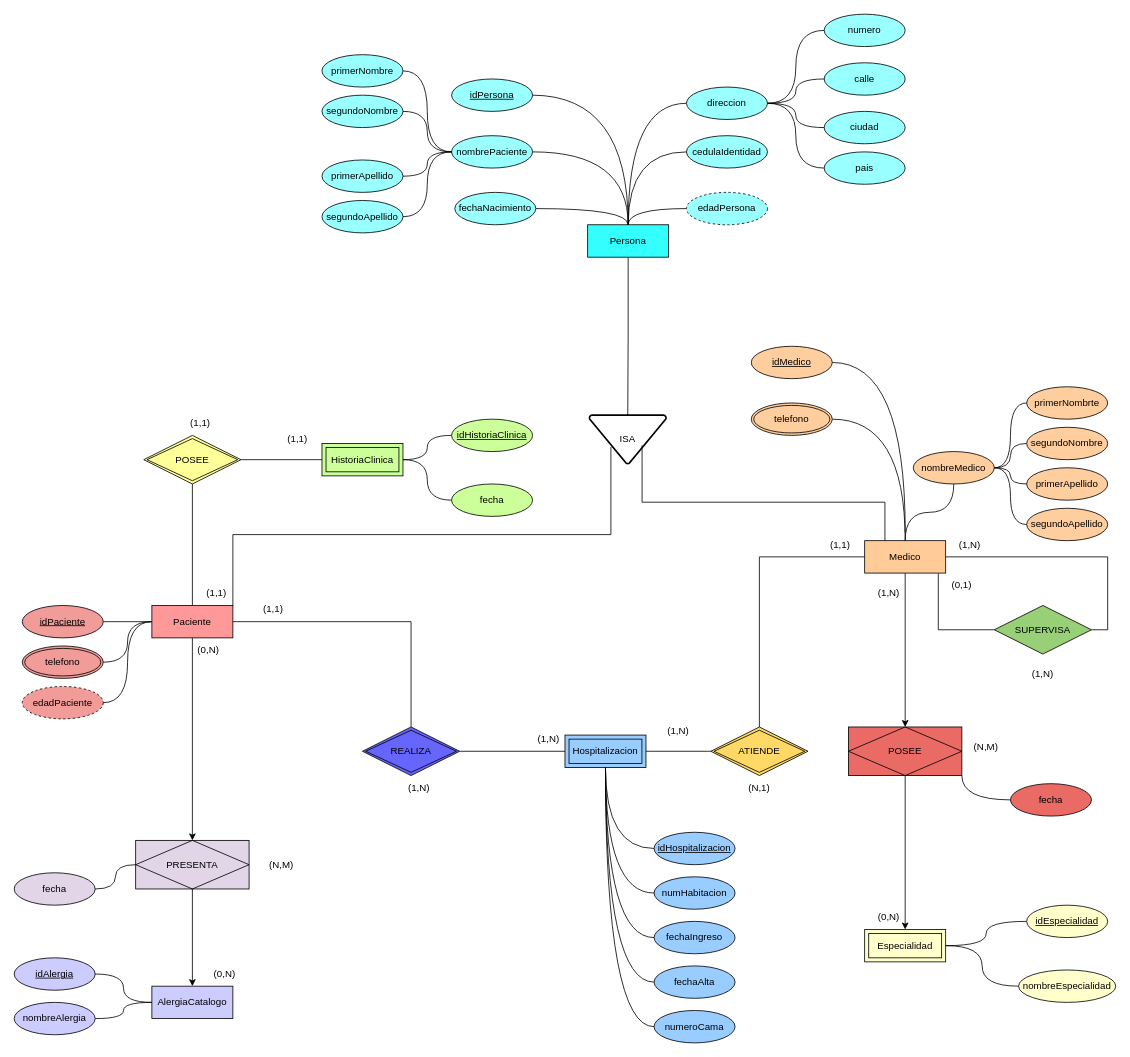
Above: diagramahospitaldeber.drawio in Isa4cc/BASE-DE-DATOS-I-DIAGRAMAS (draw.io), before the change. Source tidied: cells renumbered, new cells numbered last; positions are measured from the earlier drawing's top-left corner, leaving out a move shared by most shapes. Both pictures are drawn from the tidied source at 81%, with x=0, y=0 at pixel (14, 14).
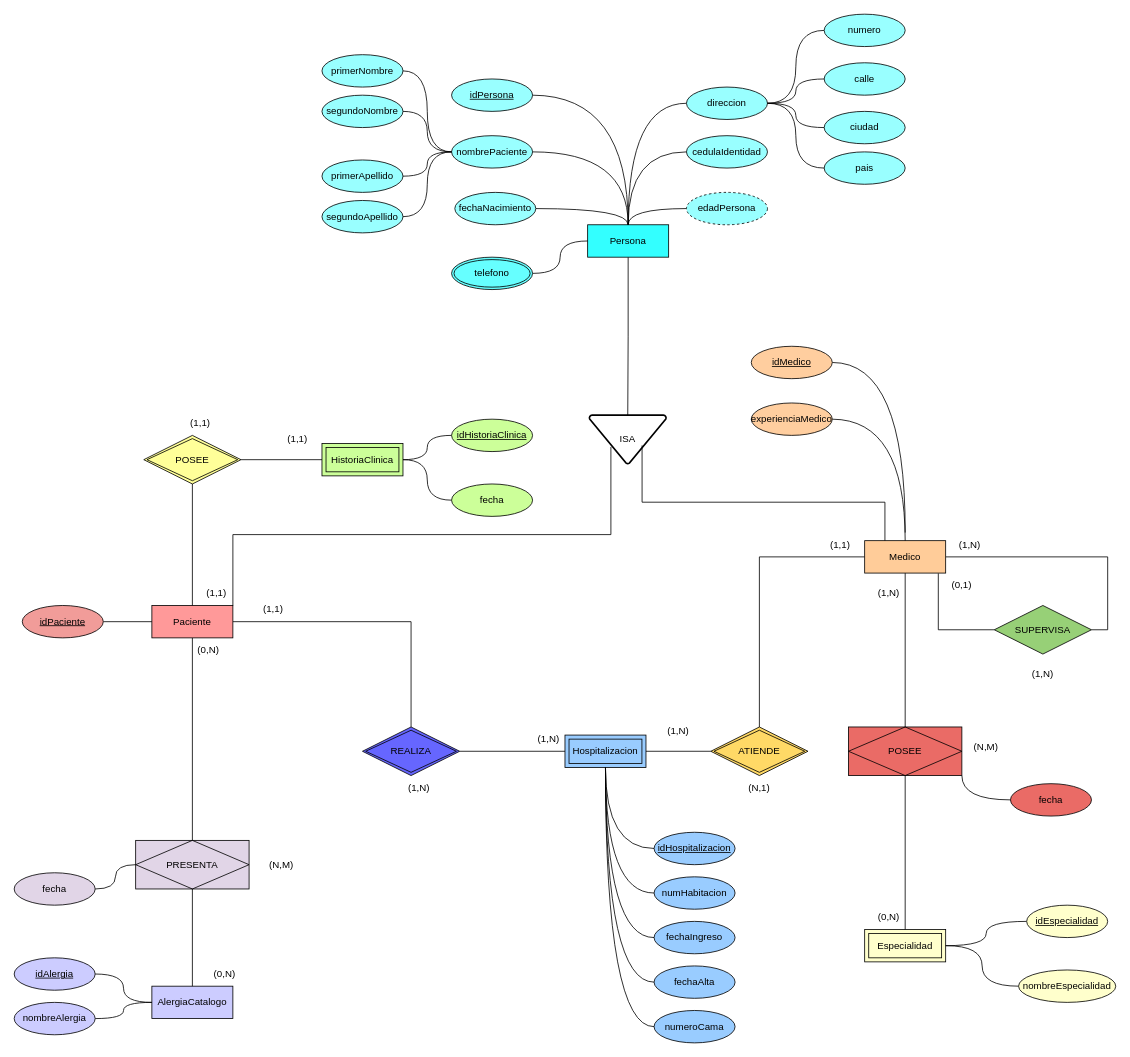
The same page after the edit.

Unchanged cells that the change refers to:
```xml
<mxCell id="4" value="Paciente" style="whiteSpace=wrap;html=1;align=center;fillColor=#FF9999;" parent="1" vertex="1">
  <mxGeometry x="170" y="730" width="100" height="40" as="geometry" />
</mxCell>
<mxCell id="8" value="Medico" style="whiteSpace=wrap;html=1;align=center;fillColor=#FFCC99;" parent="1" vertex="1">
  <mxGeometry x="1050" y="650" width="100" height="40" as="geometry" />
</mxCell>
<mxCell id="9" value="AlergiaCatalogo" style="whiteSpace=wrap;html=1;align=center;fillColor=#CCCCFF;" parent="1" vertex="1">
  <mxGeometry x="170" y="1200" width="100" height="40" as="geometry" />
</mxCell>
<mxCell id="10" value="Especialidad" style="shape=ext;margin=3;double=1;whiteSpace=wrap;html=1;align=center;fillColor=#FFFFCC;" parent="1" vertex="1">
  <mxGeometry x="1050" y="1130" width="100" height="40" as="geometry" />
</mxCell>
<mxCell id="20" value="PRESENTA" style="shape=associativeEntity;whiteSpace=wrap;html=1;align=center;fillColor=#E1D5E7;" parent="1" vertex="1">
  <mxGeometry x="150" y="1020" width="140" height="60" as="geometry" />
</mxCell>
<mxCell id="25" value="POSEE" style="shape=associativeEntity;whiteSpace=wrap;html=1;align=center;fillColor=#EA6B66;" parent="1" vertex="1">
  <mxGeometry x="1030" y="880" width="140" height="60" as="geometry" />
</mxCell>
<mxCell id="93" value="Persona" style="whiteSpace=wrap;html=1;align=center;fillColor=#33FFFF;" parent="1" vertex="1">
  <mxGeometry x="708" y="260" width="100" height="40" as="geometry" />
</mxCell>
```

What changed in the source:
```diff
@@
-    <mxCell id="3" style="edgeStyle=orthogonalEdgeStyle;rounded=0;jettySize=auto;html=1;entryX=0.5;entryY=0;entryDx=0;entryDy=0;" parent="1" edge="1" source="4" target="20">
+    <mxCell id="3" style="edgeStyle=orthogonalEdgeStyle;rounded=0;jettySize=auto;html=1;entryX=0.5;entryY=0;entryDx=0;entryDy=0;endArrow=none;endFill=0;" parent="1" edge="1" source="4" target="20">
       <mxGeometry relative="1" as="geometry" />
     </mxCell>
@@
-    <mxCell id="6" style="edgeStyle=orthogonalEdgeStyle;rounded=0;jettySize=auto;html=1;entryX=0.5;entryY=0;entryDx=0;entryDy=0;" parent="1" edge="1" source="8" target="25">
+    <mxCell id="6" style="edgeStyle=orthogonalEdgeStyle;rounded=0;jettySize=auto;html=1;entryX=0.5;entryY=0;entryDx=0;entryDy=0;endArrow=none;endFill=0;" parent="1" edge="1" source="8" target="25">
       <mxGeometry relative="1" as="geometry" />
     </mxCell>
@@
-    <mxCell id="19" style="edgeStyle=orthogonalEdgeStyle;rounded=0;jettySize=auto;html=1;entryX=0.5;entryY=0;entryDx=0;entryDy=0;" parent="1" edge="1" source="20" target="9">
+    <mxCell id="19" style="edgeStyle=orthogonalEdgeStyle;rounded=0;jettySize=auto;html=1;entryX=0.5;entryY=0;entryDx=0;entryDy=0;endArrow=none;endFill=0;" parent="1" edge="1" source="20" target="9">
       <mxGeometry relative="1" as="geometry" />
     </mxCell>
@@
-    <mxCell id="24" style="edgeStyle=orthogonalEdgeStyle;rounded=0;jettySize=auto;html=1;entryX=0.5;entryY=0;entryDx=0;entryDy=0;" parent="1" edge="1" source="25" target="10">
+    <mxCell id="24" style="edgeStyle=orthogonalEdgeStyle;rounded=0;jettySize=auto;html=1;entryX=0.5;entryY=0;entryDx=0;entryDy=0;endArrow=none;endFill=0;" parent="1" edge="1" source="25" target="10">
       <mxGeometry relative="1" as="geometry" />
     </mxCell>
@@
-    <mxCell id="50" style="edgeStyle=orthogonalEdgeStyle;rounded=0;jettySize=auto;html=1;entryX=0;entryY=0.5;entryDx=0;entryDy=0;endArrow=none;endFill=0;curved=1;curveGeometry=1;" parent="1" edge="1" source="51" target="4">
-      <mxGeometry relative="1" as="geometry" />
-    </mxCell>
-    <mxCell id="51" value="telefono" style="ellipse;shape=doubleEllipse;margin=3;whiteSpace=wrap;html=1;align=center;fillColor=#F19C99;" parent="1" vertex="1">
-      <mxGeometry x="10" y="780" width="100" height="40" as="geometry" />
-    </mxCell>
-    <mxCell id="52" style="edgeStyle=orthogonalEdgeStyle;rounded=0;jettySize=auto;html=1;entryX=0;entryY=0.5;entryDx=0;entryDy=0;curved=1;curveGeometry=1;endArrow=none;endFill=0;" parent="1" edge="1" source="53" target="4">
-      <mxGeometry relative="1" as="geometry" />
-    </mxCell>
-    <mxCell id="53" value="edadPaciente" style="ellipse;whiteSpace=wrap;html=1;align=center;dashed=1;fillColor=#F19C99;" parent="1" vertex="1">
-      <mxGeometry x="10" y="830" width="100" height="40" as="geometry" />
-    </mxCell>
@@
-    <mxCell id="68" style="edgeStyle=orthogonalEdgeStyle;rounded=0;jettySize=auto;html=1;entryX=0.5;entryY=0;entryDx=0;entryDy=0;endArrow=none;endFill=0;curved=1;curveGeometry=1;" parent="1" edge="1" source="69" target="8">
-      <mxGeometry relative="1" as="geometry" />
+    <mxCell id="68" style="edgeStyle=orthogonalEdgeStyle;rounded=0;jettySize=auto;html=1;entryX=0.5;entryY=0;entryDx=0;entryDy=0;endArrow=none;endFill=0;curved=1;curveGeometry=1;" parent="1" edge="1" target="8">
+      <mxGeometry relative="1" as="geometry">
+        <mxPoint x="1010" y="500" as="sourcePoint" />
+      </mxGeometry>
     </mxCell>
-    <mxCell id="69" value="telefono" style="ellipse;shape=doubleEllipse;margin=3;whiteSpace=wrap;html=1;align=center;fillColor=#FFCE9F;" parent="1" vertex="1">
-      <mxGeometry x="910" y="480" width="100" height="40" as="geometry" />
-    </mxCell>
-    <mxCell id="70" style="edgeStyle=orthogonalEdgeStyle;rounded=0;jettySize=auto;html=1;entryX=0;entryY=0.5;entryDx=0;entryDy=0;curved=1;curveGeometry=1;endArrow=none;endFill=0;" parent="1" edge="1" source="75" target="76">
-      <mxGeometry relative="1" as="geometry" />
-    </mxCell>
-    <mxCell id="71" style="edgeStyle=orthogonalEdgeStyle;rounded=0;jettySize=auto;html=1;entryX=0;entryY=0.5;entryDx=0;entryDy=0;curved=1;curveGeometry=1;endArrow=none;endFill=0;" parent="1" edge="1" source="75" target="77">
-      <mxGeometry relative="1" as="geometry" />
-    </mxCell>
-    <mxCell id="72" style="edgeStyle=orthogonalEdgeStyle;rounded=0;jettySize=auto;html=1;entryX=0;entryY=0.5;entryDx=0;entryDy=0;endArrow=none;endFill=0;curved=1;curveGeometry=1;" parent="1" edge="1" source="75" target="78">
-      <mxGeometry relative="1" as="geometry" />
-    </mxCell>
-    <mxCell id="73" style="edgeStyle=orthogonalEdgeStyle;rounded=0;jettySize=auto;html=1;entryX=0;entryY=0.5;entryDx=0;entryDy=0;curved=1;curveGeometry=1;endArrow=none;endFill=0;" parent="1" edge="1" source="75" target="79">
-      <mxGeometry relative="1" as="geometry" />
-    </mxCell>
-    <mxCell id="74" style="edgeStyle=orthogonalEdgeStyle;rounded=0;jettySize=auto;html=1;entryX=0.5;entryY=0;entryDx=0;entryDy=0;endArrow=none;endFill=0;curved=1;curveGeometry=1;" parent="1" edge="1" source="75" target="8">
-      <mxGeometry relative="1" as="geometry" />
-    </mxCell>
-    <mxCell id="75" value="nombreMedico" style="ellipse;whiteSpace=wrap;html=1;align=center;fillColor=#FFCE9F;" parent="1" vertex="1">
-      <mxGeometry x="1110" y="540" width="100" height="40" as="geometry" />
-    </mxCell>
-    <mxCell id="76" value="primerNombrte" style="ellipse;whiteSpace=wrap;html=1;align=center;fillColor=#FFCE9F;" parent="1" vertex="1">
-      <mxGeometry x="1250" y="460" width="100" height="40" as="geometry" />
-    </mxCell>
-    <mxCell id="77" value="segundoNombre" style="ellipse;whiteSpace=wrap;html=1;align=center;fillColor=#FFCE9F;" parent="1" vertex="1">
-      <mxGeometry x="1250" y="510" width="100" height="40" as="geometry" />
-    </mxCell>
-    <mxCell id="78" value="primerApellido" style="ellipse;whiteSpace=wrap;html=1;align=center;fillColor=#FFCE9F;" parent="1" vertex="1">
-      <mxGeometry x="1250" y="560" width="100" height="40" as="geometry" />
-    </mxCell>
-    <mxCell id="79" value="segundoApellido" style="ellipse;whiteSpace=wrap;html=1;align=center;fillColor=#FFCE9F;" parent="1" vertex="1">
-      <mxGeometry x="1250" y="610" width="100" height="40" as="geometry" />
-    </mxCell>
@@
+    <mxCell id="123" style="edgeStyle=orthogonalEdgeStyle;rounded=0;jettySize=auto;html=1;entryX=0;entryY=0.5;entryDx=0;entryDy=0;curved=1;curveGeometry=1;endArrow=none;endFill=0;" parent="1" edge="1" source="124" target="93">
+      <mxGeometry relative="1" as="geometry" />
+    </mxCell>
+    <mxCell id="124" value="telefono" style="ellipse;shape=doubleEllipse;margin=3;whiteSpace=wrap;html=1;align=center;fillColor=#66FFFF;" parent="1" vertex="1">
+      <mxGeometry x="540" y="300" width="100" height="40" as="geometry" />
+    </mxCell>
+    <mxCell id="125" value="experienciaMedico" style="ellipse;whiteSpace=wrap;html=1;align=center;fillColor=#FFCE9F;" parent="1" vertex="1">
+      <mxGeometry x="910" y="480" width="100" height="40" as="geometry" />
+    </mxCell>
```
